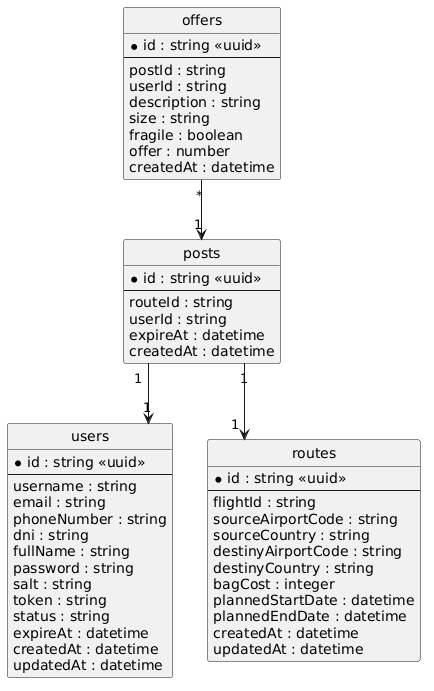
This is docs/diagrams/entities.png from PedroTrujilloV/CloudNativeComputingSharedSuitcaseApp, a PlantUML export, as it was before one commit.
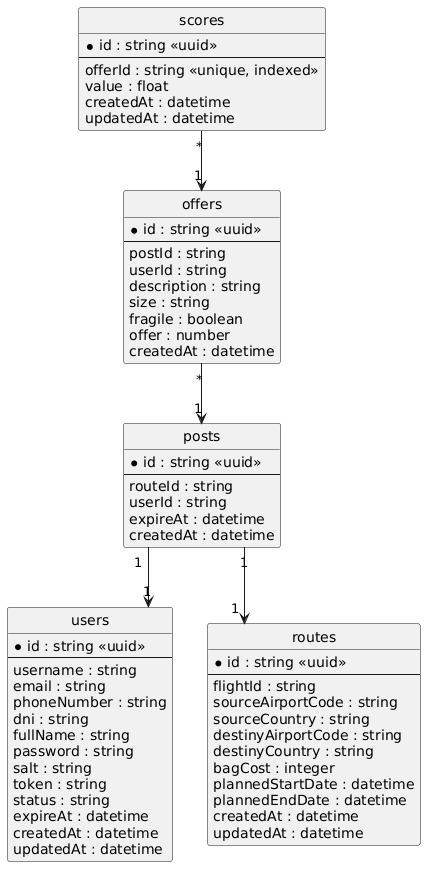
Above is the later version.

What changed in the source:
```diff
@@ -56,8 +56,18 @@
   createdAt : datetime
 }
 
+entity "scores" as ScoresEntity {
+  * id : string <<uuid>>
+  --
+  offerId : string <<unique, indexed>>
+  value : float
+  createdAt : datetime
+  updatedAt : datetime
+}
+
 PostsEntity "1" --> "1" UsersEntity
 PostsEntity "1" --> "1" RoutesEntity
 OffersEntity "*" --> "1" PostsEntity
+ScoresEntity "*" --> "1" OffersEntity
 
 @enduml
```
